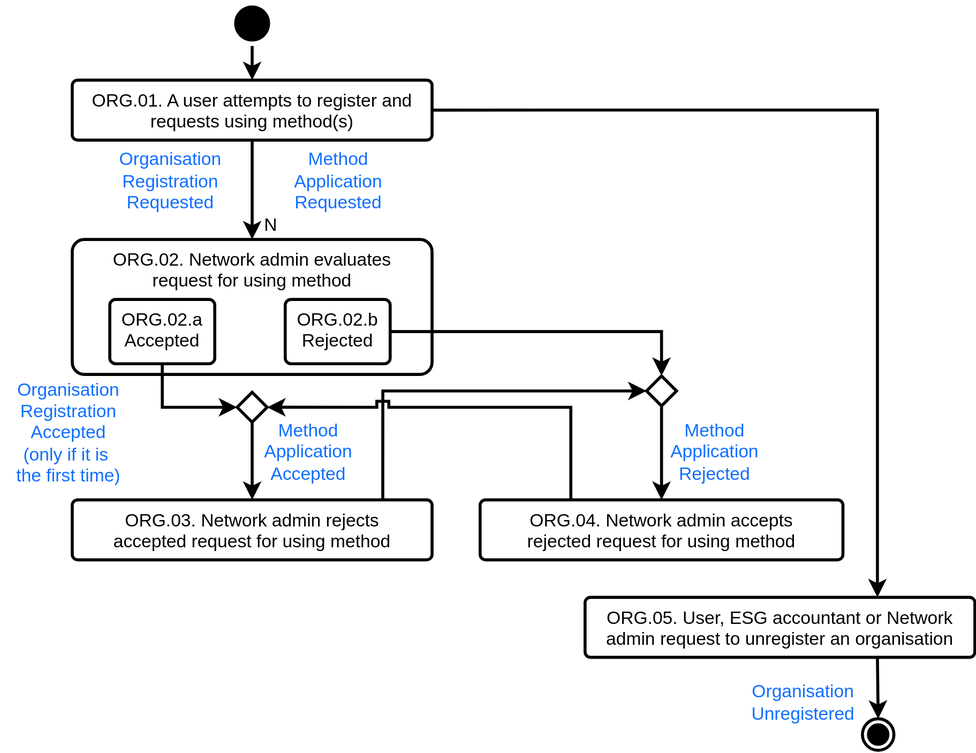
Above: Process/ProcessORG.svg in Show-your-Heart/ShowYourHeart-docs (draw.io), before the change. Source tidied: cells renumbered, new cells last; positions are measured from the earlier drawing's top-left corner, leaving out a move shared by most shapes.
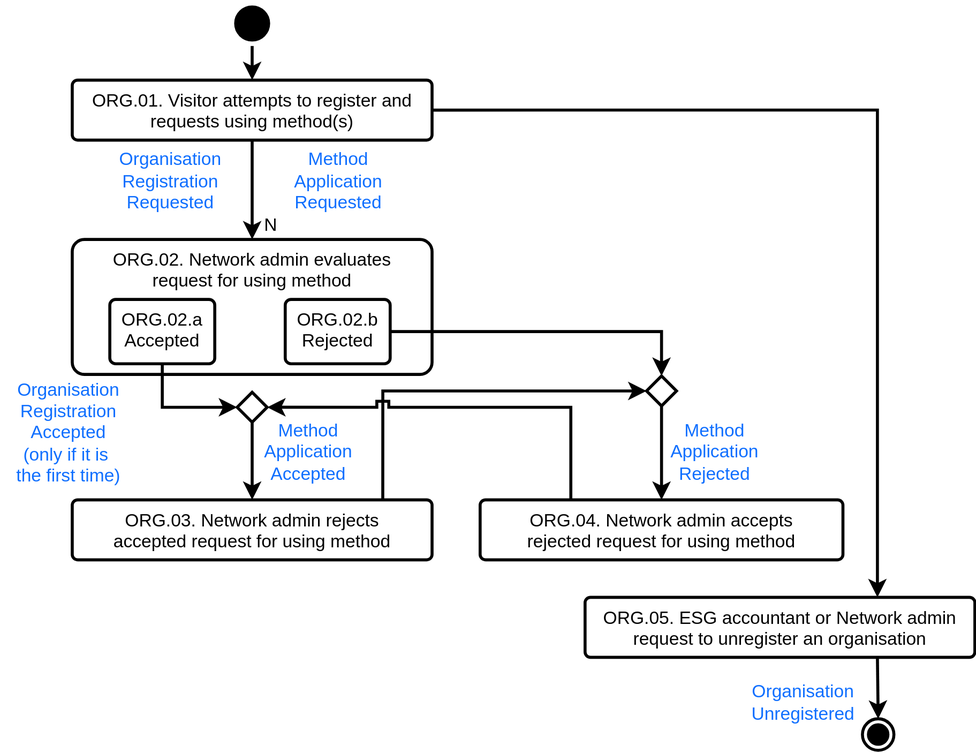
Above is the later version.

Diff of the diagram source:
```diff
@@ -17,7 +17,7 @@
     <mxCell id="6" style="ellipse;html=1;shape=startState;fillColor=#000000;strokeWidth=2;" parent="1" vertex="1">
       <mxGeometry x="152.9" y="0.4" width="30" height="30" as="geometry" />
     </mxCell>
-    <mxCell id="7" value="ORG.01. A user attempts to register and requests using method(s)" style="rounded=1;whiteSpace=wrap;html=1;shadow=0;verticalAlign=top;spacingLeft=10;spacingRight=10;arcSize=9;strokeWidth=2;" parent="1" vertex="1">
+    <mxCell id="7" value="ORG.01. Visitor attempts to register and requests using method(s)" style="rounded=1;whiteSpace=wrap;html=1;shadow=0;verticalAlign=top;spacingLeft=10;spacingRight=10;arcSize=9;strokeWidth=2;" parent="1" vertex="1">
       <mxGeometry x="47.9" y="53.1" width="240" height="40" as="geometry" />
     </mxCell>
     <mxCell id="8" value="ORG.03. Network admin rejects accepted request for using method " style="rounded=1;whiteSpace=wrap;html=1;shadow=0;verticalAlign=top;spacingLeft=10;spacingRight=10;arcSize=9;strokeWidth=2;" parent="1" vertex="1">
@@ -71,7 +71,7 @@
     <mxCell id="24" value="N" style="text;html=1;align=center;verticalAlign=middle;strokeColor=none;fillColor=none;" parent="1" vertex="1">
       <mxGeometry x="165" y="135" width="30" height="30" as="geometry" />
     </mxCell>
-    <mxCell id="25" value="ORG.05. User, ESG accountant or Network admin request to unregister an organisation" style="rounded=1;whiteSpace=wrap;html=1;shadow=0;verticalAlign=top;spacingLeft=10;spacingRight=10;arcSize=9;strokeWidth=2;" parent="1" vertex="1">
+    <mxCell id="25" value="ORG.05. ESG accountant or Network admin request to unregister an organisation" style="rounded=1;whiteSpace=wrap;html=1;shadow=0;verticalAlign=top;spacingLeft=10;spacingRight=10;arcSize=9;strokeWidth=2;" parent="1" vertex="1">
       <mxGeometry x="390" y="398" width="260" height="40" as="geometry" />
     </mxCell>
     <mxCell id="26" style="rounded=0;jumpStyle=sharp;jettySize=auto;html=1;entryX=0.75;entryY=0;entryDx=0;entryDy=0;startArrow=none;strokeWidth=2;exitX=1;exitY=0.5;exitDx=0;exitDy=0;edgeStyle=orthogonalEdgeStyle;" parent="1" edge="1" source="7" target="25">
```
